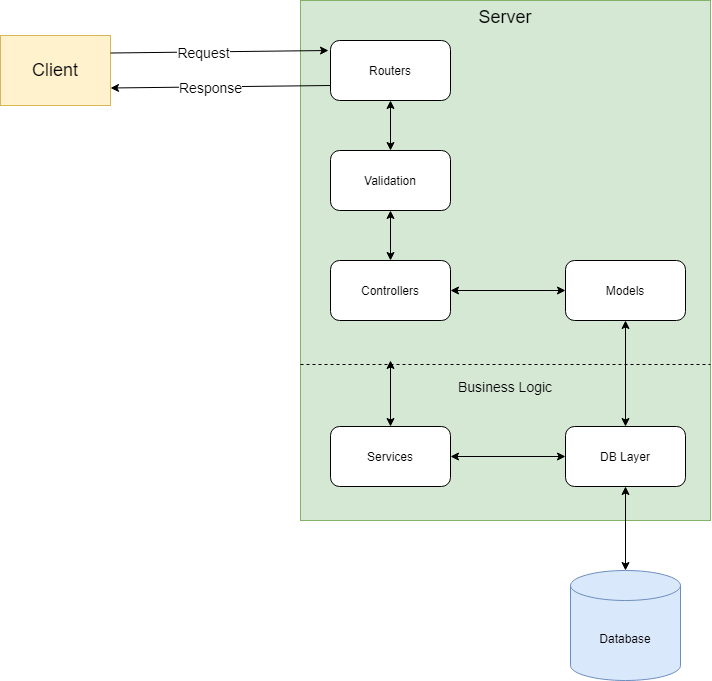
MarvinJamesReyes/basic_app keeps this draw.io diagram as docs/app-diagram.png. Above is the earlier version. Source tidied: cells renumbered, new cells last; positions are measured from the earlier drawing's top-left corner, leaving out a move shared by most shapes.
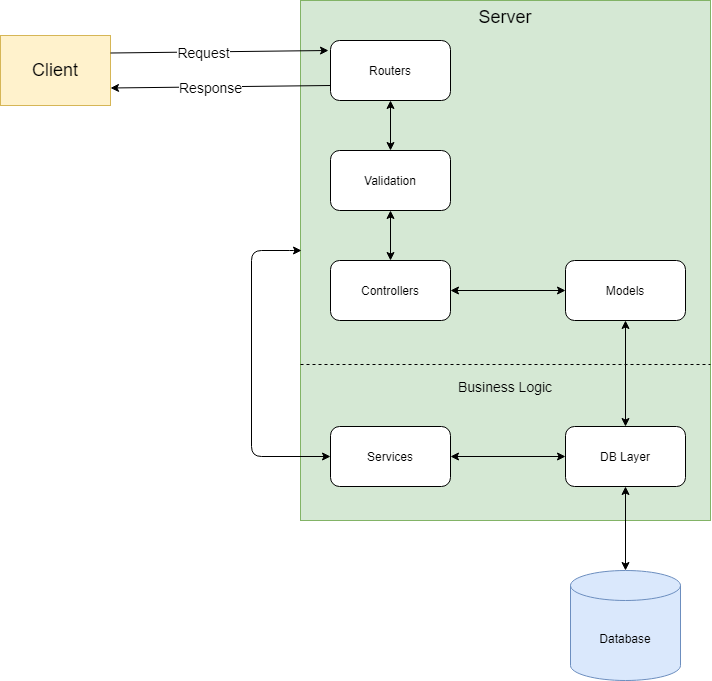
The same diagram one commit later.

What changed in the source:
```diff
@@ -14,9 +14,14 @@
     <mxCell id="5" value="&lt;font style=&quot;font-size: 18px&quot;&gt;Client&lt;/font&gt;" style="rounded=0;whiteSpace=wrap;html=1;verticalAlign=middle;fillColor=#fff2cc;strokeColor=#d6b656;" parent="1" vertex="1">
       <mxGeometry y="35" width="110" height="70" as="geometry" />
     </mxCell>
-    <mxCell id="6" style="endArrow=classic;html=1;startArrow=classic;startFill=1;" parent="1" edge="1" target="14">
+    <mxCell id="6" style="endArrow=classic;html=1;startArrow=classic;startFill=1;edgeStyle=orthogonalEdgeStyle;elbow=vertical;entryX=0;entryY=0.5;entryDx=0;entryDy=0;" parent="1" edge="1" target="14">
       <mxGeometry relative="1" as="geometry">
-        <mxPoint x="390" y="360" as="sourcePoint" />
+        <mxPoint x="301" y="250" as="sourcePoint" />
+        <Array as="points">
+          <mxPoint x="299" y="250" />
+          <mxPoint x="251" y="250" />
+          <mxPoint x="251" y="456" />
+        </Array>
       </mxGeometry>
     </mxCell>
     <mxCell id="7" style="endArrow=classic;html=1;exitX=1;exitY=0.25;exitDx=0;exitDy=0;" parent="1" edge="1" source="5">
```
